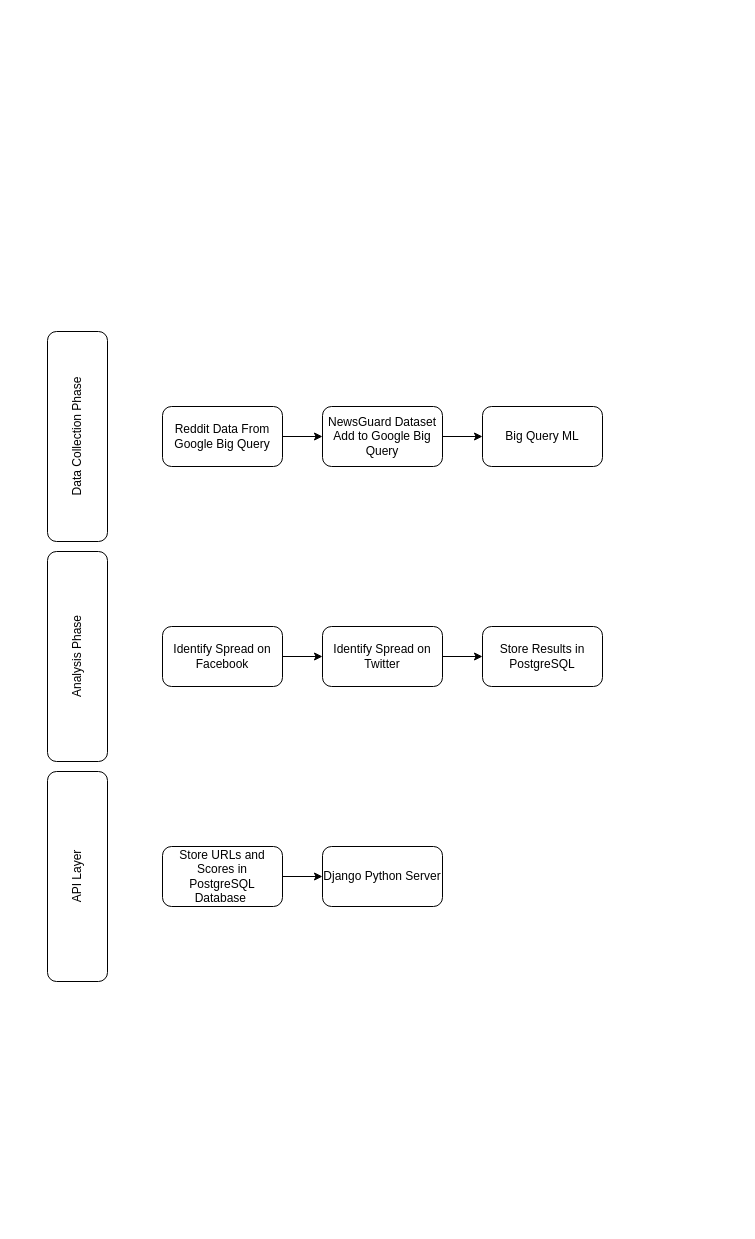
The draw.io diagram design_diagrams/Mid Level Diagram.drawio in chuckgreenman/senior-design, before the edit. Source tidied: cells renumbered, new cells numbered last; positions are measured from the earlier drawing's top-left corner, leaving out a move shared by most shapes. Both pictures are drawn from the tidied source at 100%, with x=0, y=0 at pixel (-28, 406).
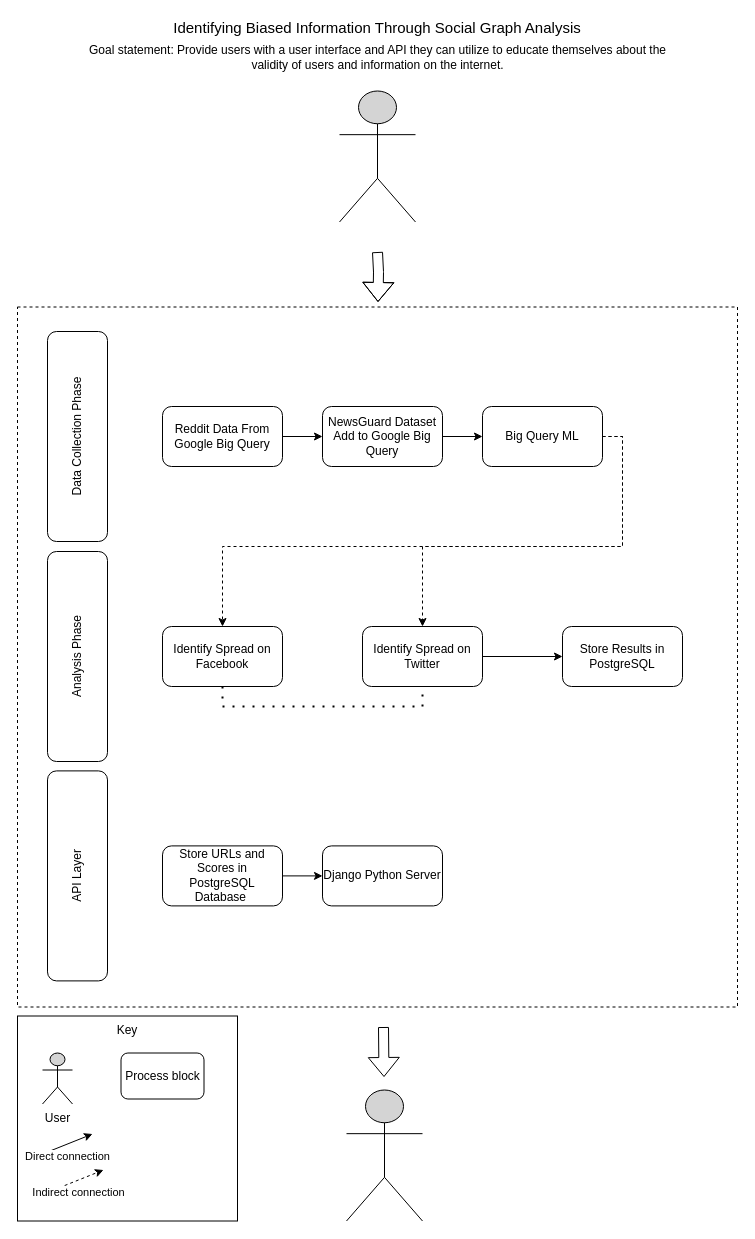
The same page after the edit.

The change refers to these unchanged cells:
```xml
<mxCell id="8" value="Big Query ML" style="rounded=1;whiteSpace=wrap;html=1;" parent="1" vertex="1">
  <mxGeometry x="510" width="120" height="60" as="geometry" />
</mxCell>
<mxCell id="10" value="Identify Spread on Facebook" style="rounded=1;whiteSpace=wrap;html=1;" parent="1" vertex="1">
  <mxGeometry x="190" y="220" width="120" height="60" as="geometry" />
</mxCell>
```

Diff of the diagram source:
```diff
@@
+    <mxCell id="18" style="rounded=0;whiteSpace=wrap;html=1;dashed=1;" parent="1" vertex="1">
+      <mxGeometry x="45" y="-99.5" width="720" height="700" as="geometry" />
+    </mxCell>
+    <mxCell id="19" style="shape=flexArrow;endArrow=classic;html=1;" parent="1" edge="1">
+      <mxGeometry relative="1" as="geometry">
+        <mxPoint x="411" y="620.5" as="sourcePoint" />
+        <mxPoint x="411.5" y="670.5" as="targetPoint" />
+      </mxGeometry>
+    </mxCell>
+    <mxCell id="20" style="shape=umlActor;verticalLabelPosition=bottom;labelBackgroundColor=#ffffff;verticalAlign=top;html=1;fillColor=#D4D4D4;" parent="1" vertex="1">
+      <mxGeometry x="374" y="683.5" width="76" height="131" as="geometry" />
+    </mxCell>
+    <mxCell id="21" style="shape=flexArrow;endArrow=classic;html=1;" parent="1" edge="1">
+      <mxGeometry relative="1" as="geometry">
+        <mxPoint x="405" y="-154.5" as="sourcePoint" />
+        <mxPoint x="405.5" y="-104.5" as="targetPoint" />
+        <Array as="points">
+          <mxPoint x="406" y="-134.5" />
+        </Array>
+      </mxGeometry>
+    </mxCell>
+    <mxCell id="22" style="shape=umlActor;verticalLabelPosition=bottom;labelBackgroundColor=#ffffff;verticalAlign=top;html=1;fillColor=#D4D4D4;" parent="1" vertex="1">
+      <mxGeometry x="367" y="-315.5" width="76" height="131" as="geometry" />
+    </mxCell>
@@
+    <mxCell id="23" style="edgeStyle=orthogonalEdgeStyle;rounded=0;jettySize=auto;html=1;exitX=1;exitY=0.5;exitDx=0;exitDy=0;entryX=0.5;entryY=0;entryDx=0;entryDy=0;dashed=1;" parent="1" edge="1" source="8" target="10">
+      <mxGeometry relative="1" as="geometry">
+        <Array as="points">
+          <mxPoint x="650" y="30" />
+          <mxPoint x="650" y="140" />
+          <mxPoint x="250" y="140" />
+        </Array>
+      </mxGeometry>
+    </mxCell>
+    <mxCell id="24" style="edgeStyle=orthogonalEdgeStyle;rounded=0;jettySize=auto;html=1;exitX=1;exitY=0.5;exitDx=0;exitDy=0;dashed=1;" parent="1" edge="1" source="8" target="12">
+      <mxGeometry relative="1" as="geometry" />
+    </mxCell>
@@
-    <mxCell id="9" style="edgeStyle=orthogonalEdgeStyle;rounded=0;jettySize=auto;html=1;" parent="1" edge="1" source="10" target="12">
+    <mxCell id="9" style="edgeStyle=orthogonalEdgeStyle;rounded=0;jettySize=auto;html=1;exitX=0.5;exitY=1;exitDx=0;exitDy=0;entryX=0.5;entryY=1;entryDx=0;entryDy=0;dashed=1;dashPattern=1 4;endArrow=none;endFill=0;strokeWidth=2;" parent="1" edge="1" source="10" target="12">
       <mxGeometry relative="1" as="geometry" />
     </mxCell>
@@
     <mxCell id="12" value="Identify Spread on Twitter" style="rounded=1;whiteSpace=wrap;html=1;" parent="1" vertex="1">
-      <mxGeometry x="350" y="220" width="120" height="60" as="geometry" />
+      <mxGeometry x="390" y="220" width="120" height="60" as="geometry" />
     </mxCell>
     <mxCell id="13" value="Store Results in PostgreSQL" style="rounded=1;whiteSpace=wrap;html=1;" parent="1" vertex="1">
-      <mxGeometry x="510" y="220" width="120" height="60" as="geometry" />
+      <mxGeometry x="590" y="220" width="120" height="60" as="geometry" />
     </mxCell>
     <mxCell id="14" value="API Layer" style="rounded=1;whiteSpace=wrap;html=1;direction=west;rotation=270;" parent="1" vertex="1">
-      <mxGeometry y="440" width="210" height="60" as="geometry" />
+      <mxGeometry y="439.4" width="210" height="60" as="geometry" />
     </mxCell>
@@
     <mxCell id="16" value="Store URLs and Scores in PostgreSQL Database&amp;nbsp;" style="rounded=1;whiteSpace=wrap;html=1;" parent="1" vertex="1">
-      <mxGeometry x="190" y="440" width="120" height="60" as="geometry" />
+      <mxGeometry x="190" y="439.4" width="120" height="60" as="geometry" />
     </mxCell>
     <mxCell id="17" value="Django Python Server" style="rounded=1;whiteSpace=wrap;html=1;" parent="1" vertex="1">
-      <mxGeometry x="350" y="440" width="120" height="60" as="geometry" />
+      <mxGeometry x="350" y="439.4" width="120" height="60" as="geometry" />
     </mxCell>
+    <mxCell id="25" value="Key&lt;br&gt;&lt;br&gt;" style="rounded=0;whiteSpace=wrap;html=1;verticalAlign=top;" parent="1" vertex="1">
+      <mxGeometry x="45" y="609.5" width="220" height="205" as="geometry" />
+    </mxCell>
+    <mxCell id="26" value="User" style="shape=umlActor;verticalLabelPosition=bottom;labelBackgroundColor=#ffffff;verticalAlign=top;html=1;fillColor=#D4D4D4;" parent="1" vertex="1">
+      <mxGeometry x="70" y="646.5" width="30" height="51" as="geometry" />
+    </mxCell>
+    <mxCell id="27" value="Process block" style="rounded=1;whiteSpace=wrap;html=1;" parent="1" vertex="1">
+      <mxGeometry x="148.5" y="646.5" width="83" height="46" as="geometry" />
+    </mxCell>
+    <mxCell id="28" value="Direct connection" style="endArrow=classic;html=1;verticalAlign=top;" parent="1" edge="1">
+      <mxGeometry relative="1" as="geometry">
+        <mxPoint x="70" y="747.5" as="sourcePoint" />
+        <mxPoint x="120" y="727.5" as="targetPoint" />
+      </mxGeometry>
+    </mxCell>
+    <mxCell id="29" value="Indirect connection" style="endArrow=classic;html=1;verticalAlign=top;dashed=1;" parent="1" edge="1">
+      <mxGeometry relative="1" as="geometry">
+        <mxPoint x="81" y="783.5" as="sourcePoint" />
+        <mxPoint x="131" y="763.5" as="targetPoint" />
+      </mxGeometry>
+    </mxCell>
+    <mxCell id="30" value="Identifying Biased Information Through Social Graph Analysis" style="text;html=1;strokeColor=none;fillColor=none;align=center;verticalAlign=middle;whiteSpace=wrap;rounded=0;fontSize=15;" parent="1" vertex="1">
+      <mxGeometry x="184.5" y="-389.5" width="440" height="20" as="geometry" />
+    </mxCell>
+    <mxCell id="31" value="Goal statement: Provide users with a user interface and API they can utilize to educate themselves about the validity of users and information on the internet." style="text;html=1;strokeColor=none;fillColor=none;align=center;verticalAlign=middle;whiteSpace=wrap;rounded=0;fontSize=12;" parent="1" vertex="1">
+      <mxGeometry x="105.5" y="-359.5" width="599" height="20" as="geometry" />
+    </mxCell>
```
